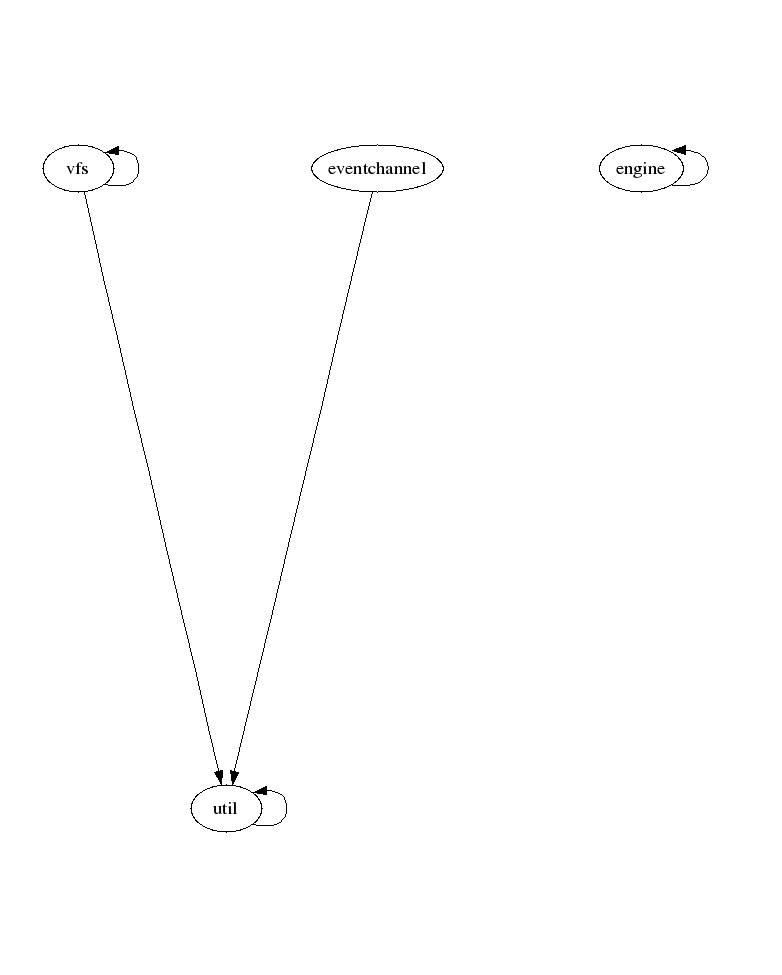
Earlier version of the Graphviz export doc/dependencies/moduledeps.png (fifengine/fifengine). Its source is kept beside it as doc/dependencies/moduledeps.dot.
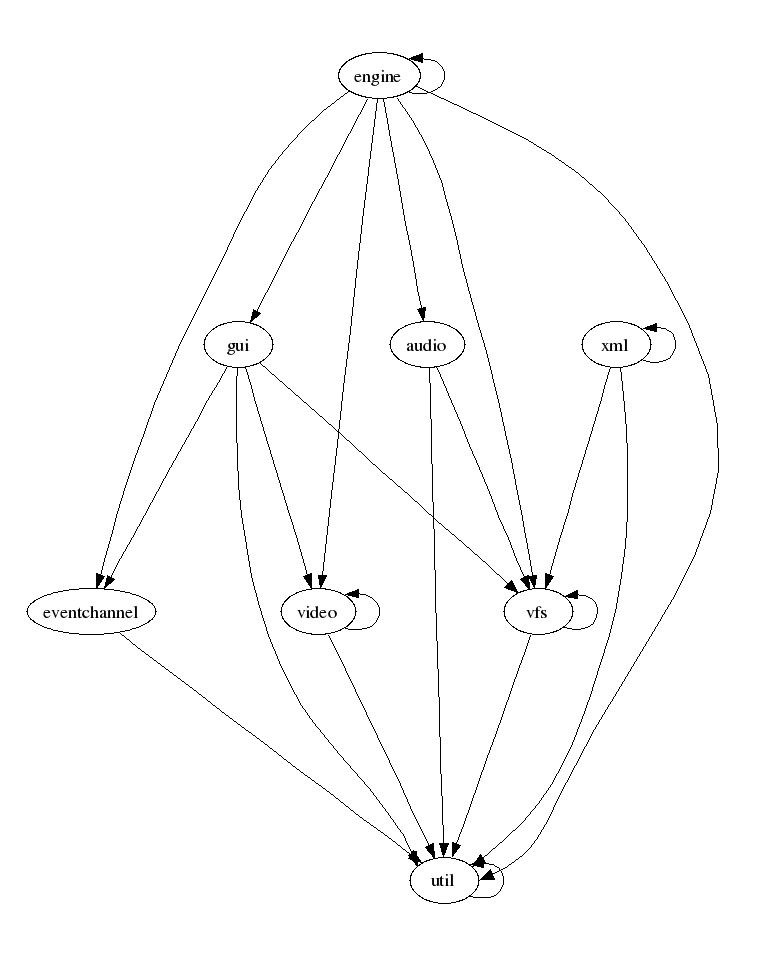
The same diagram one commit later.

Diff of the diagram source:
```diff
@@ -5,9 +5,26 @@
     fontsize="16";
     fontname="Helvetica";
     clusterrank="local";
+    "engine" -> "engine"
+    "engine" -> "gui"
+    "engine" -> "eventchannel"
+    "engine" -> "util"
+    "engine" -> "video"
+    "engine" -> "audio"
+    "engine" -> "vfs"
+    "xml" -> "xml"
+    "xml" -> "util"
+    "xml" -> "vfs"
+    "gui" -> "util"
+    "gui" -> "video"
+    "gui" -> "vfs"
+    "gui" -> "eventchannel"
+    "eventchannel" -> "util"
     "util" -> "util"
-    "engine" -> "engine"
+    "video" -> "util"
+    "video" -> "video"
+    "audio" -> "util"
+    "audio" -> "vfs"
     "vfs" -> "util"
     "vfs" -> "vfs"
-    "eventchannel" -> "util"
 }
```
